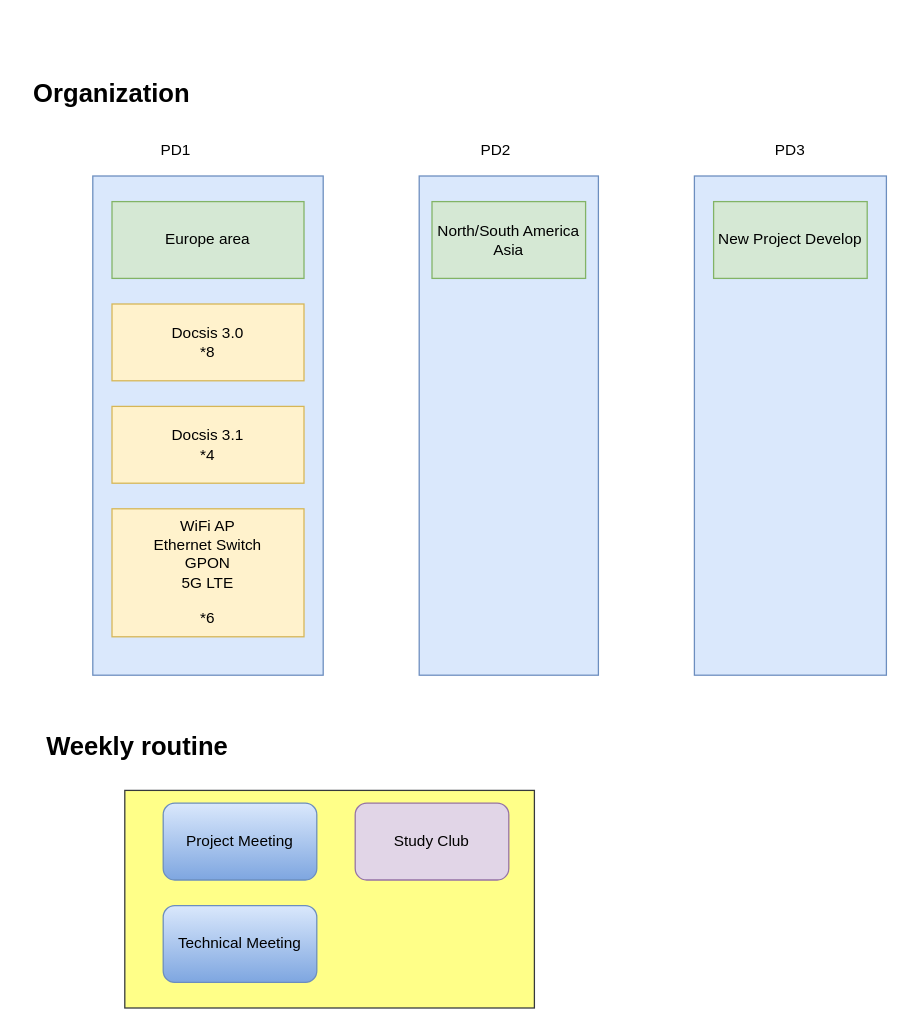
Before: CBN_Organization.drawio in nelsonchung/drawio, a draw.io diagram. Source tidied: cells renumbered, new cells numbered last; positions are measured from the earlier drawing's top-left corner, leaving out a move shared by most shapes. Both pictures are drawn from the tidied source at 128%, with x=0, y=0 at pixel (22, 73).
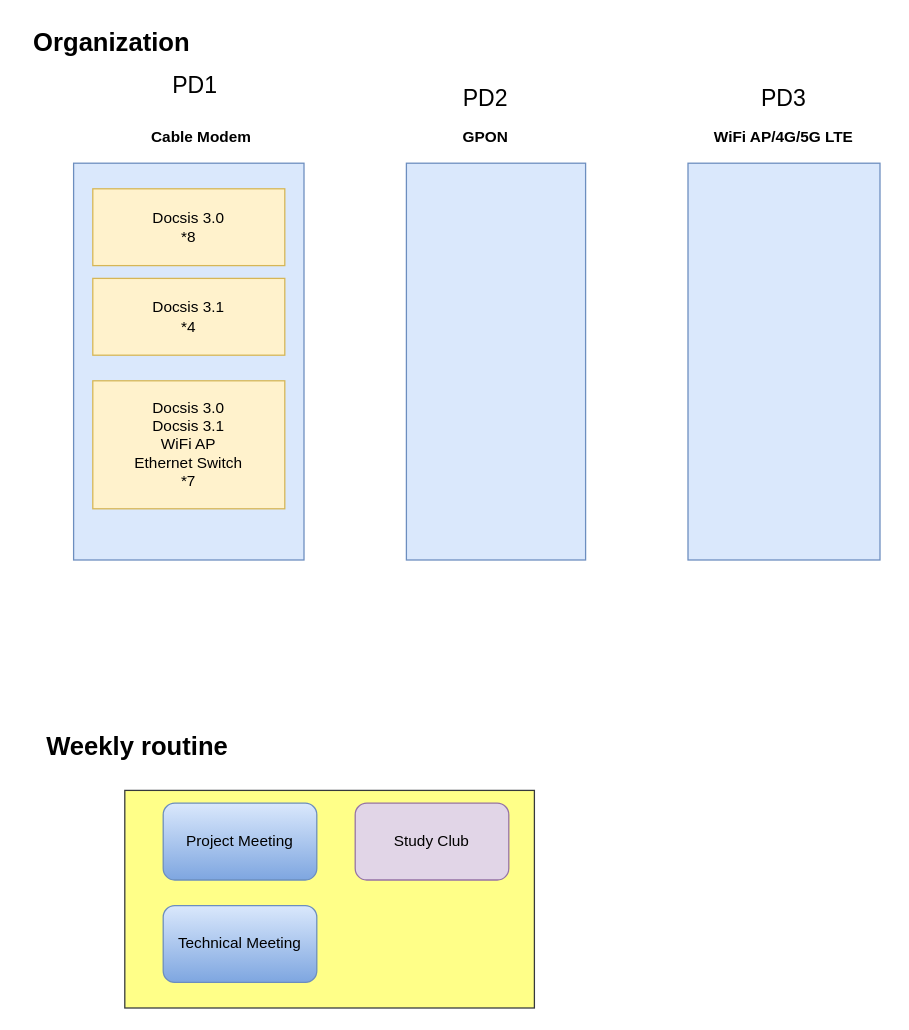
After the change.

Change to the diagram source:
```diff
@@
 <mxGraphModel>
   <root>
     <mxCell id="0" />
     <mxCell id="1" parent="0" />
     <mxCell id="2" style="rounded=0;whiteSpace=wrap;html=1;fillColor=#dae8fc;strokeColor=#6c8ebf;" parent="1" vertex="1">
-      <mxGeometry x="55" y="80" width="180" height="390" as="geometry" />
+      <mxGeometry x="40" y="70" width="180" height="310" as="geometry" />
     </mxCell>
     <mxCell id="3" style="rounded=0;whiteSpace=wrap;html=1;fillColor=#dae8fc;strokeColor=#6c8ebf;" parent="1" vertex="1">
-      <mxGeometry x="310" y="80" width="140" height="390" as="geometry" />
+      <mxGeometry x="300" y="70" width="140" height="310" as="geometry" />
     </mxCell>
     <mxCell id="4" style="rounded=0;whiteSpace=wrap;html=1;fillColor=#dae8fc;strokeColor=#6c8ebf;" parent="1" vertex="1">
-      <mxGeometry x="525" y="80" width="150" height="390" as="geometry" />
+      <mxGeometry x="520" y="70" width="150" height="310" as="geometry" />
     </mxCell>
-    <mxCell id="5" value="PD1" style="text;html=1;strokeColor=none;fillColor=none;align=center;verticalAlign=middle;whiteSpace=wrap;rounded=0;" parent="1" vertex="1">
-      <mxGeometry x="100" y="50" width="40" height="20" as="geometry" />
+    <mxCell id="5" value="PD1" style="text;html=1;strokeColor=none;fillColor=none;align=center;verticalAlign=middle;whiteSpace=wrap;rounded=0;fontSize=18;" parent="1" vertex="1">
+      <mxGeometry x="115" width="40" height="20" as="geometry" />
     </mxCell>
-    <mxCell id="6" value="PD2" style="text;html=1;strokeColor=none;fillColor=none;align=center;verticalAlign=middle;whiteSpace=wrap;rounded=0;" parent="1" vertex="1">
-      <mxGeometry x="350" y="50" width="40" height="20" as="geometry" />
-    </mxCell>
-    <mxCell id="7" value="PD3" style="text;html=1;strokeColor=none;fillColor=none;align=center;verticalAlign=middle;whiteSpace=wrap;rounded=0;" parent="1" vertex="1">
-      <mxGeometry x="580" y="50" width="40" height="20" as="geometry" />
-    </mxCell>
-    <mxCell id="8" value="Europe area" style="rounded=0;whiteSpace=wrap;html=1;fillColor=#d5e8d4;strokeColor=#82b366;" parent="1" vertex="1">
-      <mxGeometry x="70" y="100" width="150" height="60" as="geometry" />
-    </mxCell>
     <mxCell id="9" value="Docsis 3.0&lt;br&gt;*8" style="rounded=0;whiteSpace=wrap;html=1;fillColor=#fff2cc;strokeColor=#d6b656;" parent="1" vertex="1">
-      <mxGeometry x="70" y="180" width="150" height="60" as="geometry" />
+      <mxGeometry x="55" y="90" width="150" height="60" as="geometry" />
     </mxCell>
     <mxCell id="10" value="Docsis 3.1&lt;br&gt;*4" style="rounded=0;whiteSpace=wrap;html=1;fillColor=#fff2cc;strokeColor=#d6b656;" parent="1" vertex="1">
-      <mxGeometry x="70" y="260" width="150" height="60" as="geometry" />
+      <mxGeometry x="55" y="160" width="150" height="60" as="geometry" />
     </mxCell>
-    <mxCell id="11" value="WiFi AP&lt;br&gt;Ethernet Switch&lt;br&gt;GPON&lt;br&gt;5G LTE&lt;br&gt;&lt;br&gt;*6" style="rounded=0;whiteSpace=wrap;html=1;fillColor=#fff2cc;strokeColor=#d6b656;" parent="1" vertex="1">
-      <mxGeometry x="70" y="340" width="150" height="100" as="geometry" />
+    <mxCell id="11" value="Docsis 3.0&lt;br&gt;Docsis 3.1&lt;br&gt;WiFi AP&lt;br&gt;Ethernet Switch&lt;br&gt;*7" style="rounded=0;whiteSpace=wrap;html=1;fillColor=#fff2cc;strokeColor=#d6b656;" parent="1" vertex="1">
+      <mxGeometry x="55" y="240" width="150" height="100" as="geometry" />
     </mxCell>
-    <mxCell id="12" value="North/South America&lt;br&gt;Asia" style="rounded=0;whiteSpace=wrap;html=1;fillColor=#d5e8d4;strokeColor=#82b366;" parent="1" vertex="1">
-      <mxGeometry x="320" y="100" width="120" height="60" as="geometry" />
-    </mxCell>
-    <mxCell id="13" value="New Project Develop" style="rounded=0;whiteSpace=wrap;html=1;fillColor=#d5e8d4;strokeColor=#82b366;" parent="1" vertex="1">
-      <mxGeometry x="540" y="100" width="120" height="60" as="geometry" />
-    </mxCell>
     <mxCell id="14" style="rounded=0;whiteSpace=wrap;html=1;fillColor=#ffff88;strokeColor=#36393d;" parent="1" vertex="1">
       <mxGeometry x="80" y="560" width="320" height="170" as="geometry" />
     </mxCell>
     <mxCell id="15" value="Project Meeting" style="rounded=1;whiteSpace=wrap;html=1;gradientColor=#7ea6e0;fillColor=#dae8fc;strokeColor=#6c8ebf;" parent="1" vertex="1">
       <mxGeometry x="110" y="570" width="120" height="60" as="geometry" />
     </mxCell>
     <mxCell id="16" value="Technical Meeting" style="rounded=1;whiteSpace=wrap;html=1;fillColor=#dae8fc;strokeColor=#6c8ebf;gradientColor=#7ea6e0;" parent="1" vertex="1">
       <mxGeometry x="110" y="650" width="120" height="60" as="geometry" />
     </mxCell>
     <mxCell id="17" value="Study Club" style="rounded=1;whiteSpace=wrap;html=1;fillColor=#e1d5e7;strokeColor=#9673a6;" parent="1" vertex="1">
       <mxGeometry x="260" y="570" width="120" height="60" as="geometry" />
     </mxCell>
     <mxCell id="18" value="&lt;b&gt;&lt;font style=&quot;font-size: 20px&quot;&gt;Organization&lt;/font&gt;&lt;/b&gt;" style="text;html=1;strokeColor=none;fillColor=none;align=center;verticalAlign=middle;whiteSpace=wrap;rounded=0;" parent="1" vertex="1">
-      <mxGeometry width="140" height="30" as="geometry" />
+      <mxGeometry y="-40" width="140" height="30" as="geometry" />
     </mxCell>
     <mxCell id="19" value="&lt;b&gt;&lt;font style=&quot;font-size: 20px&quot;&gt;Weekly routine&lt;/font&gt;&lt;/b&gt;" style="text;html=1;strokeColor=none;fillColor=none;align=center;verticalAlign=middle;whiteSpace=wrap;rounded=0;" parent="1" vertex="1">
       <mxGeometry y="510" width="180" height="30" as="geometry" />
     </mxCell>
+    <mxCell id="20" value="Cable Modem" style="text;html=1;strokeColor=none;fillColor=none;align=center;verticalAlign=middle;whiteSpace=wrap;rounded=0;fontStyle=1;" parent="1" vertex="1">
+      <mxGeometry x="95" y="40" width="90" height="20" as="geometry" />
+    </mxCell>
+    <mxCell id="6" value="PD2" style="text;html=1;strokeColor=none;fillColor=none;align=center;verticalAlign=middle;whiteSpace=wrap;rounded=0;fontSize=18;" parent="1" vertex="1">
+      <mxGeometry x="342" y="10" width="40" height="20" as="geometry" />
+    </mxCell>
+    <mxCell id="21" value="GPON" style="text;html=1;strokeColor=none;fillColor=none;align=center;verticalAlign=middle;whiteSpace=wrap;rounded=0;fontStyle=1;" parent="1" vertex="1">
+      <mxGeometry x="317" y="40" width="90" height="20" as="geometry" />
+    </mxCell>
+    <mxCell id="7" value="PD3" style="text;html=1;strokeColor=none;fillColor=none;align=center;verticalAlign=middle;whiteSpace=wrap;rounded=0;fontSize=18;" parent="1" vertex="1">
+      <mxGeometry x="575" y="10" width="40" height="20" as="geometry" />
+    </mxCell>
+    <mxCell id="22" value="WiFi AP/4G/5G LTE" style="text;html=1;strokeColor=none;fillColor=none;align=center;verticalAlign=middle;whiteSpace=wrap;rounded=0;fontStyle=1;" parent="1" vertex="1">
+      <mxGeometry x="520" y="40" width="150" height="20" as="geometry" />
+    </mxCell>
   </root>
 </mxGraphModel>
```
